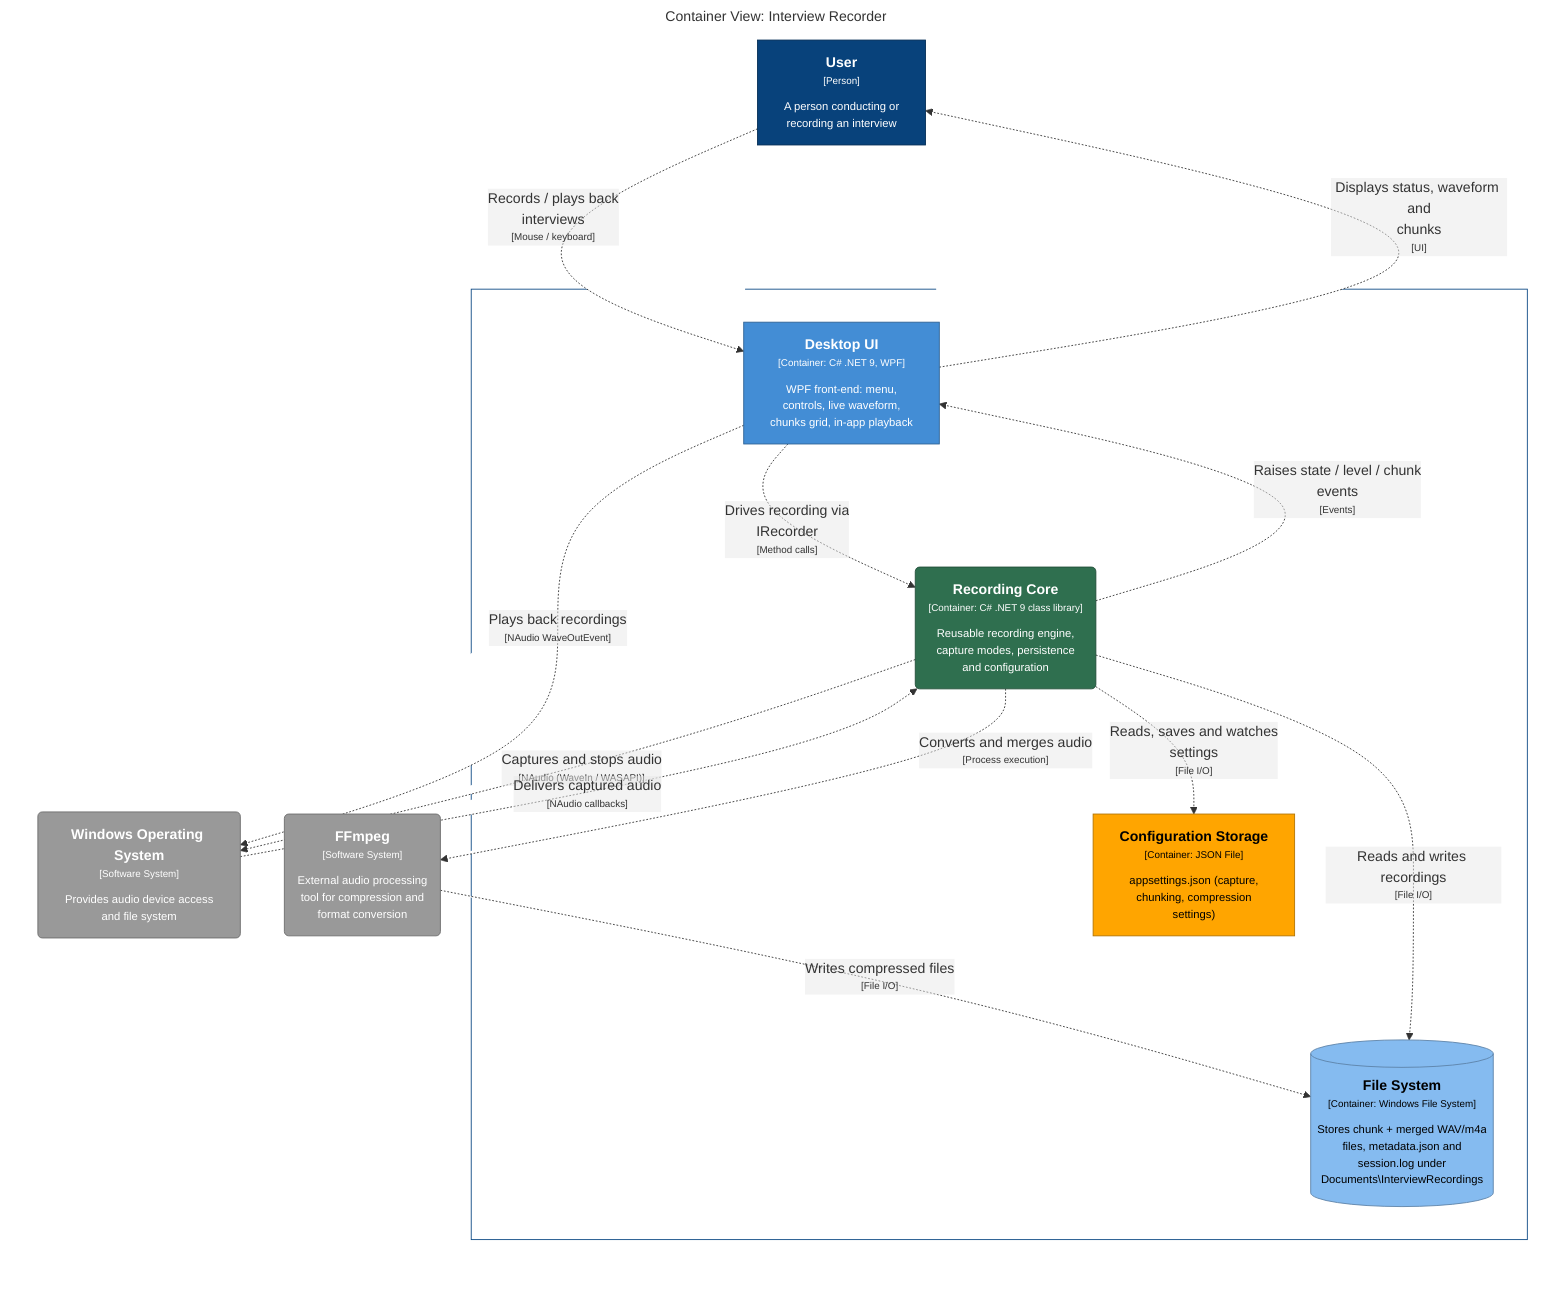
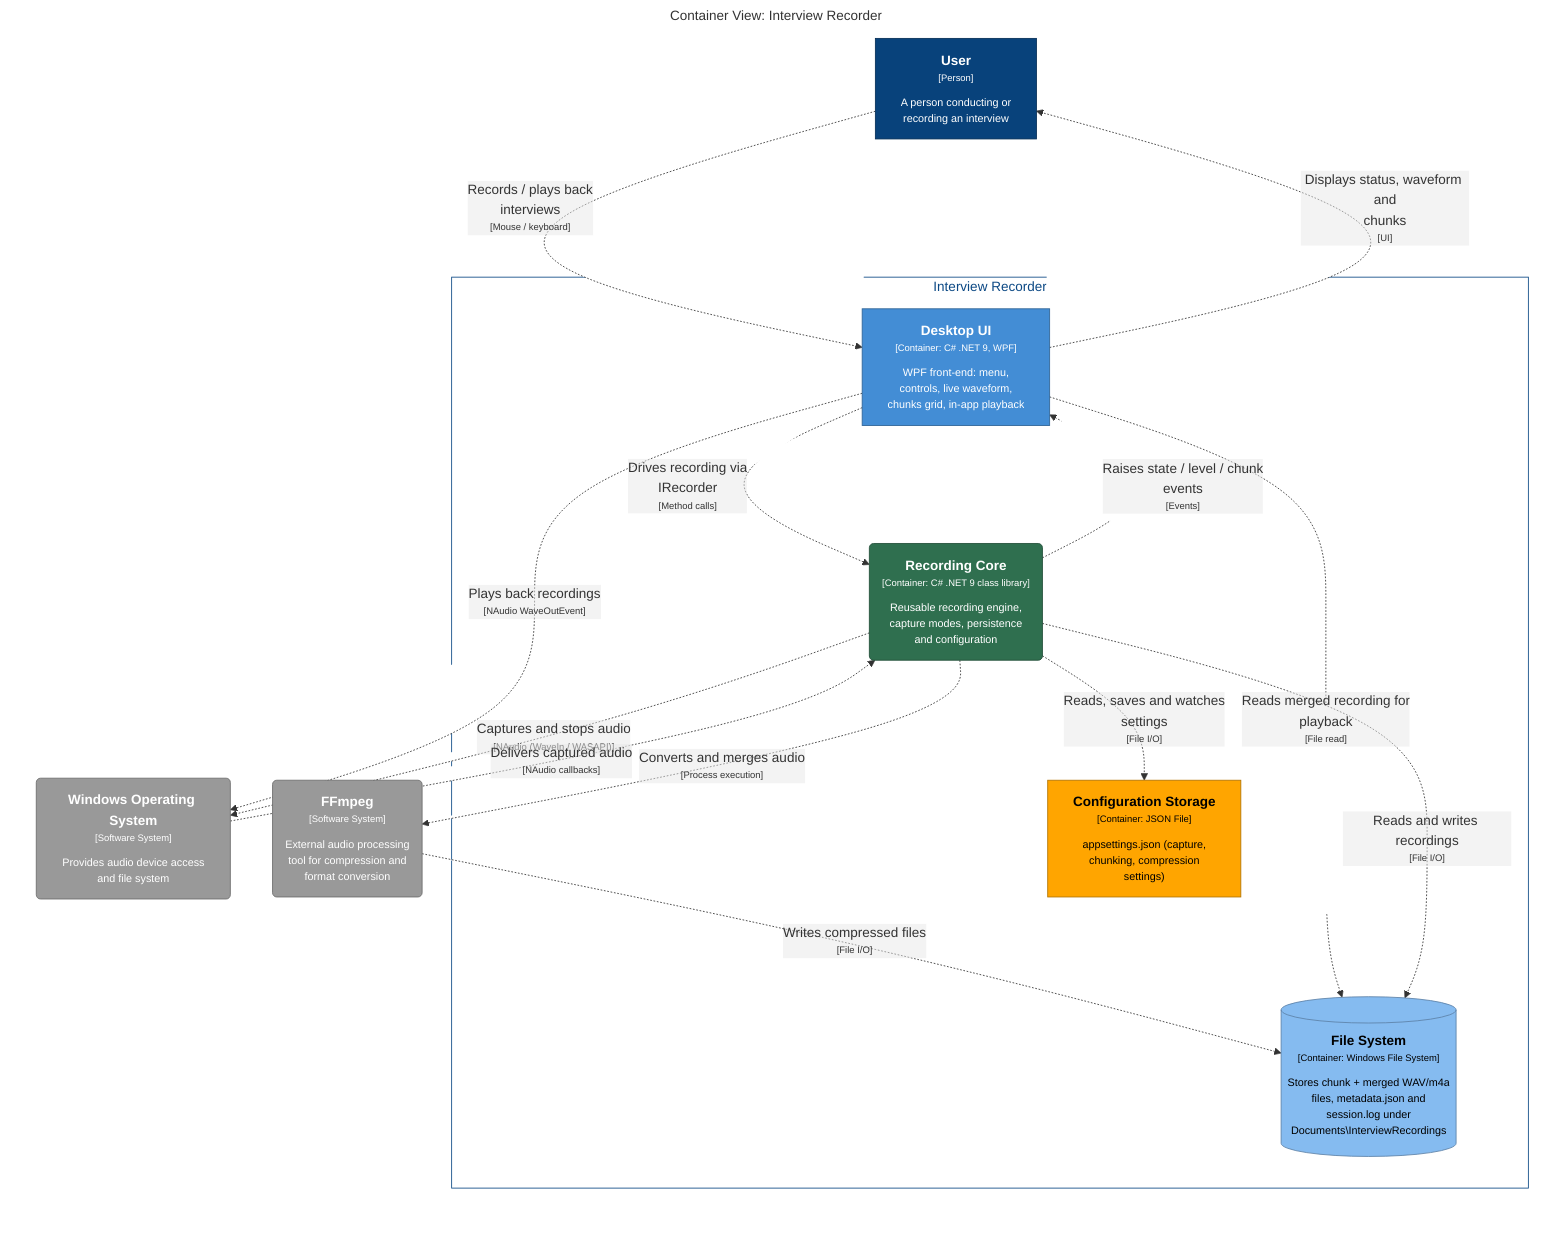
graph LR
  linkStyle default fill:#ffffff

  subgraph diagram ["Container View: Interview Recorder"]
    style diagram fill:#ffffff,stroke:#ffffff

    1["<div style='font-weight: bold'>User</div><div style='font-size: 70%; margin-top: 0px'>[Person]</div><div style='font-size: 80%; margin-top:10px'>A person conducting or<br />recording an interview</div>"]
    style 1 fill:#08427b,stroke:#052e56,color:#ffffff
    2("<div style='font-weight: bold'>Windows Operating System</div><div style='font-size: 70%; margin-top: 0px'>[Software System]</div><div style='font-size: 80%; margin-top:10px'>Provides audio device access<br />and file system</div>")
    style 2 fill:#999999,stroke:#6b6b6b,color:#ffffff
    3("<div style='font-weight: bold'>FFmpeg</div><div style='font-size: 70%; margin-top: 0px'>[Software System]</div><div style='font-size: 80%; margin-top:10px'>External audio processing<br />tool for compression and<br />format conversion</div>")
    style 3 fill:#999999,stroke:#6b6b6b,color:#ffffff

    subgraph 4 ["Interview Recorder"]
      style 4 fill:#ffffff,stroke:#0b4884,color:#0b4884

      42[("<div style='font-weight: bold'>File System</div><div style='font-size: 70%; margin-top: 0px'>[Container: Windows File System]</div><div style='font-size: 80%; margin-top:10px'>Stores chunk + merged WAV/m4a<br />files, metadata.json and<br />session.log under<br />Documents\InterviewRecordings</div>")]
      style 42 fill:#85bbf0,stroke:#5d82a8,color:#000000
      43["<div style='font-weight: bold'>Configuration Storage</div><div style='font-size: 70%; margin-top: 0px'>[Container: JSON File]</div><div style='font-size: 80%; margin-top:10px'>appsettings.json (capture,<br />chunking, compression<br />settings)</div>"]
      style 43 fill:#ffa500,stroke:#b27300,color:#000000
      5["<div style='font-weight: bold'>Desktop UI</div><div style='font-size: 70%; margin-top: 0px'>[Container: C# .NET 9, WPF]</div><div style='font-size: 80%; margin-top:10px'>WPF front-end: menu,<br />controls, live waveform,<br />chunks grid, in-app playback</div>"]
      style 5 fill:#438dd5,stroke:#2e6295,color:#ffffff
      7("<div style='font-weight: bold'>Recording Core</div><div style='font-size: 70%; margin-top: 0px'>[Container: C# .NET 9 class library]</div><div style='font-size: 80%; margin-top:10px'>Reusable recording engine,<br />capture modes, persistence<br />and configuration</div>")
      style 7 fill:#2f6f4f,stroke:#204d37,color:#ffffff
    end

    3-. "<div>Writes compressed files</div><div style='font-size: 70%'>[File I/O]</div>" .->42
    1-. "<div>Records / plays back<br />interviews</div><div style='font-size: 70%'>[Mouse / keyboard]</div>" .->5
    5-. "<div>Displays status, waveform and<br />chunks</div><div style='font-size: 70%'>[UI]</div>" .->1
    5-. "<div>Drives recording via<br />IRecorder</div><div style='font-size: 70%'>[Method calls]</div>" .->7
    7-. "<div>Raises state / level / chunk<br />events</div><div style='font-size: 70%'>[Events]</div>" .->5
    5-. "<div>Plays back recordings</div><div style='font-size: 70%'>[NAudio WaveOutEvent]</div>" .->2
+     5-. "<div>Reads merged recording for<br />playback</div><div style='font-size: 70%'>[File read]</div>" .->42
    7-. "<div>Captures and stops audio</div><div style='font-size: 70%'>[NAudio (WaveIn / WASAPI)]</div>" .->2
    2-. "<div>Delivers captured audio</div><div style='font-size: 70%'>[NAudio callbacks]</div>" .->7
    7-. "<div>Converts and merges audio</div><div style='font-size: 70%'>[Process execution]</div>" .->3
    7-. "<div>Reads and writes recordings</div><div style='font-size: 70%'>[File I/O]</div>" .->42
    7-. "<div>Reads, saves and watches<br />settings</div><div style='font-size: 70%'>[File I/O]</div>" .->43

  end